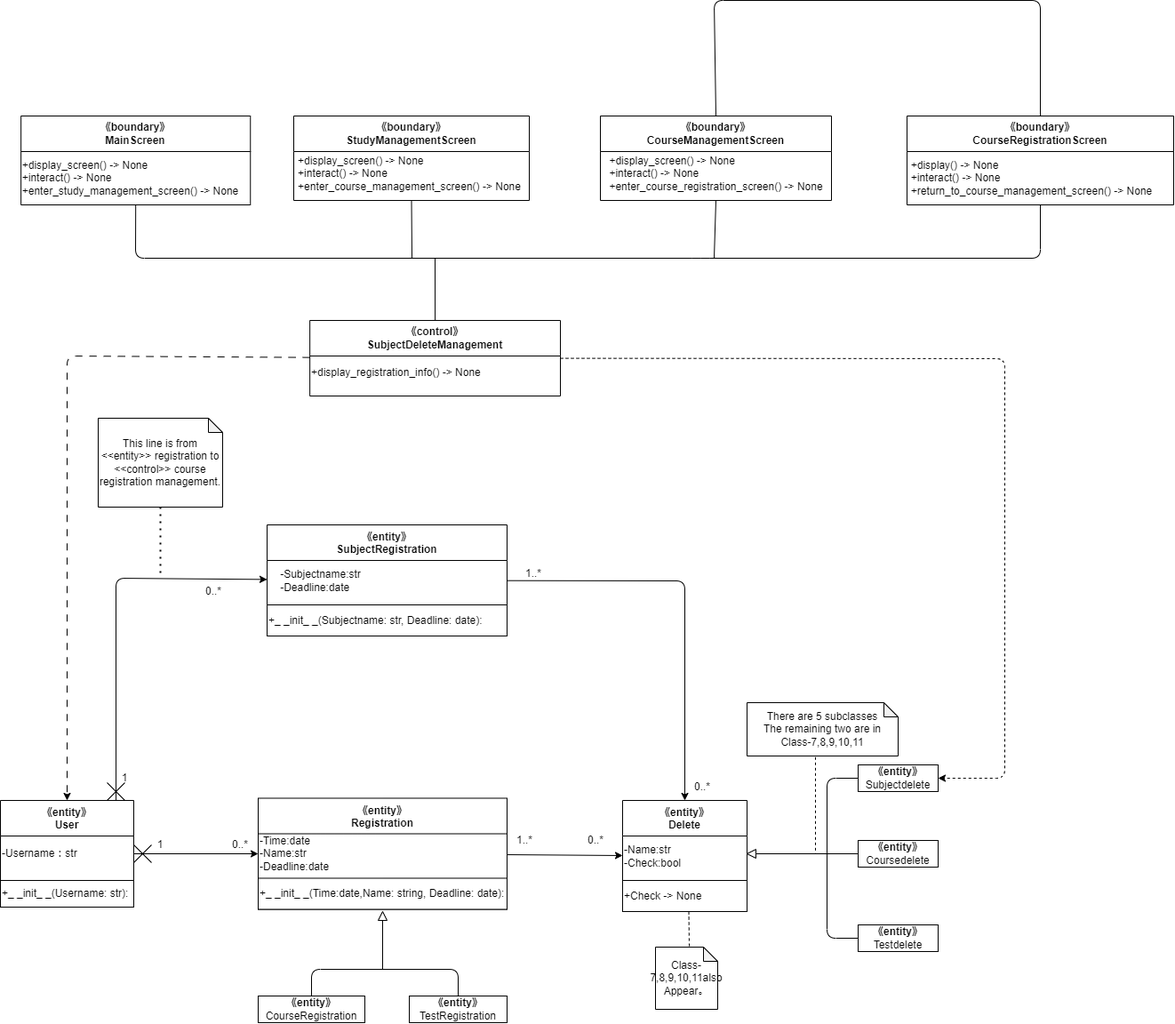
Above: Design/設計Class4.drawio.png in Hu-Hanxu/First-App-Self-Management- (draw.io), before the change. Source tidied: cells renumbered, new cells last; positions are measured from the earlier drawing's top-left corner, leaving out a move shared by most shapes.
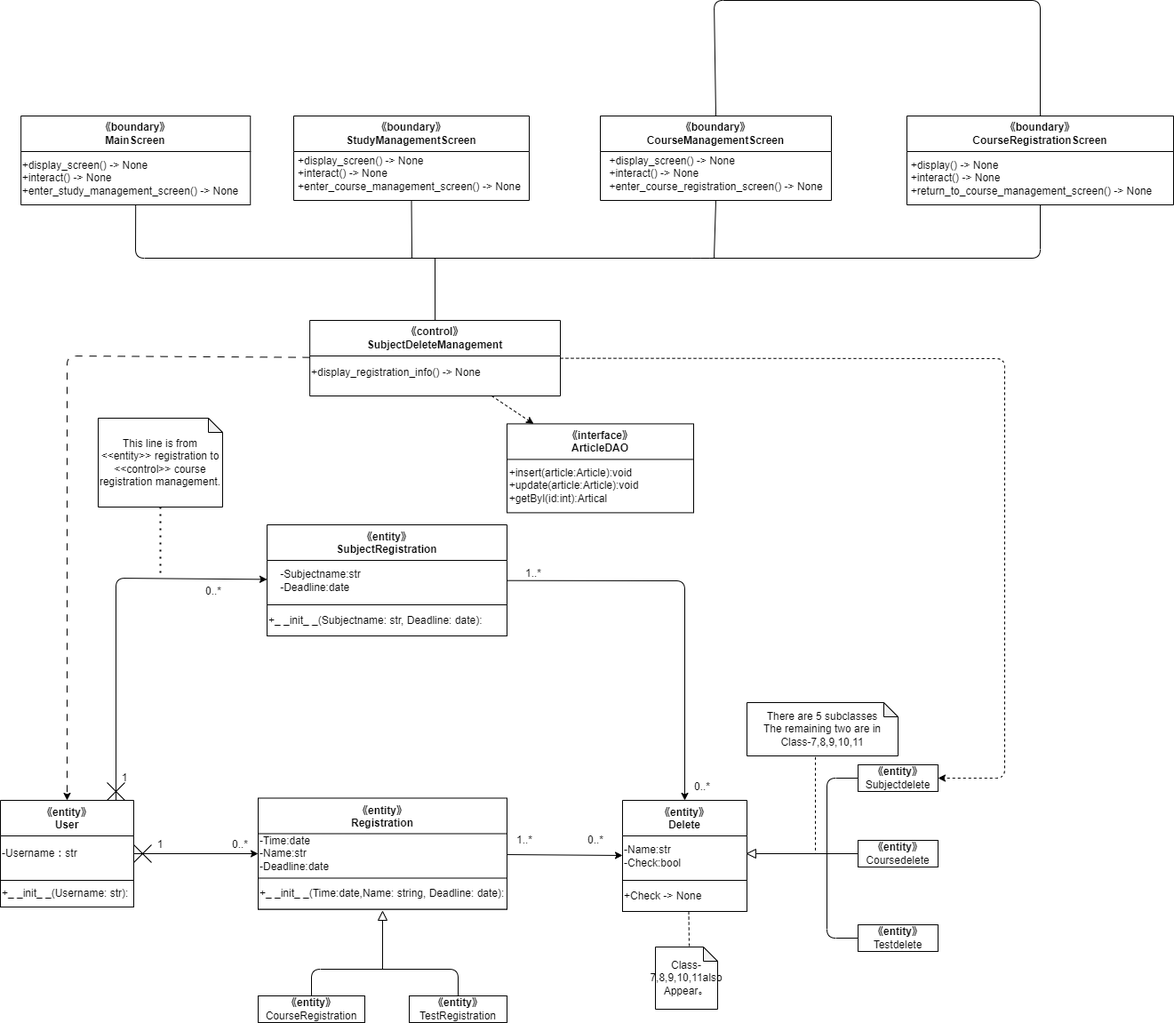
After the change.

Change to the diagram source:
```diff
@@ -259,5 +259,14 @@
         </Array>
       </mxGeometry>
     </mxCell>
+    <mxCell id="66" style="edgeStyle=none;html=1;dashed=1;" parent="1" edge="1" source="35" target="67">
+      <mxGeometry relative="1" as="geometry" />
+    </mxCell>
+    <mxCell id="67" value="《interface》&#10;ArticleDAO" style="swimlane;startSize=40;" parent="1" vertex="1">
+      <mxGeometry x="570" y="476.4" width="210" height="100" as="geometry" />
+    </mxCell>
+    <mxCell id="68" value="&lt;div style=&quot;text-align: left;&quot;&gt;&lt;span style=&quot;background-color: initial;&quot;&gt;+insert(article:Article):void&lt;/span&gt;&lt;/div&gt;&lt;div style=&quot;text-align: left;&quot;&gt;&lt;span style=&quot;background-color: initial;&quot;&gt;+update(article:Article):void&lt;/span&gt;&lt;/div&gt;&lt;div style=&quot;text-align: left;&quot;&gt;&lt;span style=&quot;background-color: initial;&quot;&gt;+getByl(id:int):Artical&lt;/span&gt;&lt;/div&gt;" style="text;html=1;align=center;verticalAlign=middle;strokeColor=none;fillColor=none;" parent="67" vertex="1">
+      <mxGeometry x="-10" y="40" width="170" height="60" as="geometry" />
+    </mxCell>
   </root>
 </mxGraphModel>
```
